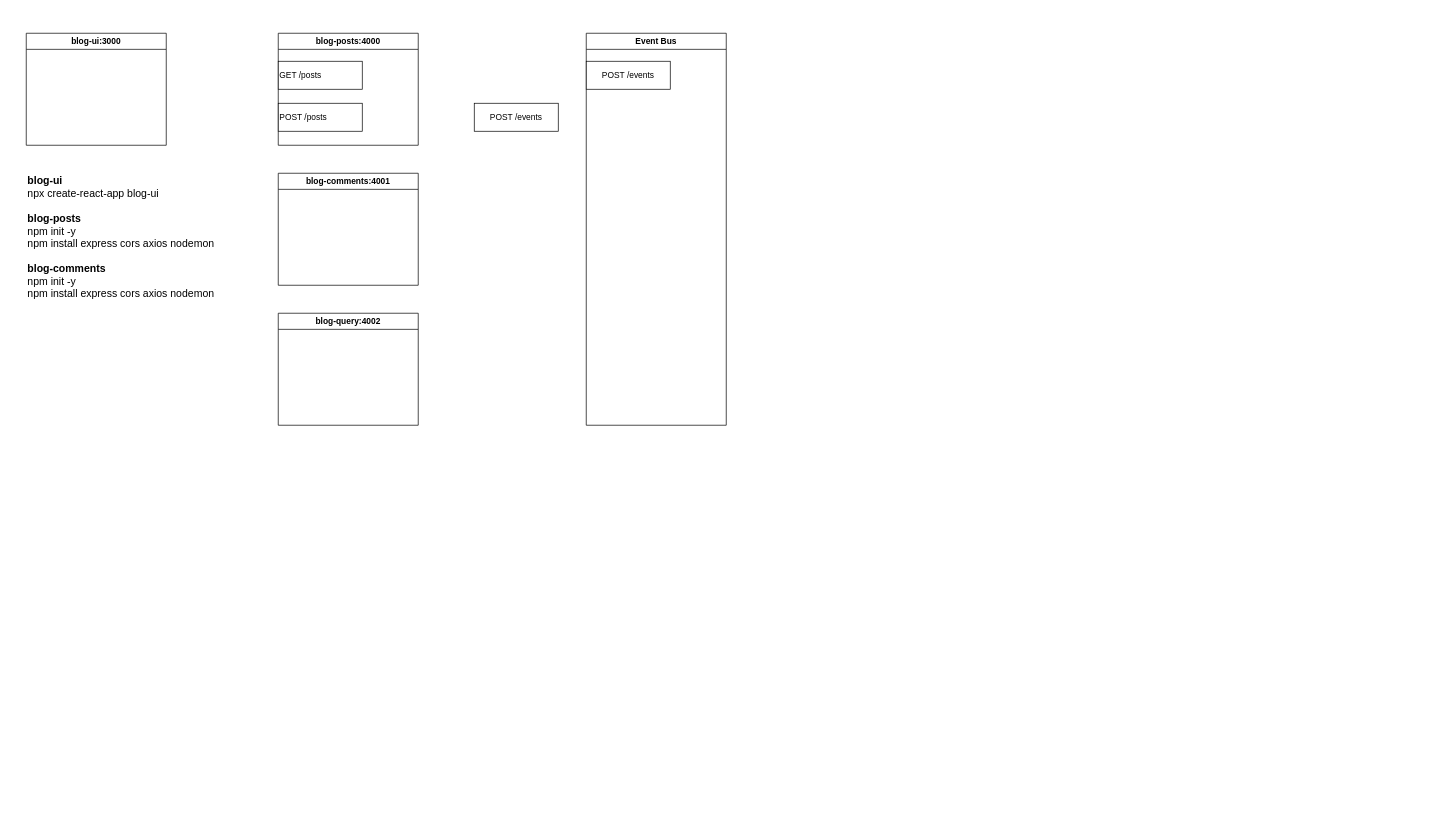
The draw.io diagram microservices.drawio in vidhirkaup/diagrams, before the edit. Source tidied: cells renumbered, new cells numbered last; positions are measured from the earlier drawing's top-left corner, leaving out a move shared by most shapes. Both pictures are drawn from the tidied source at 70%, with x=0, y=0 at pixel (26, 33).
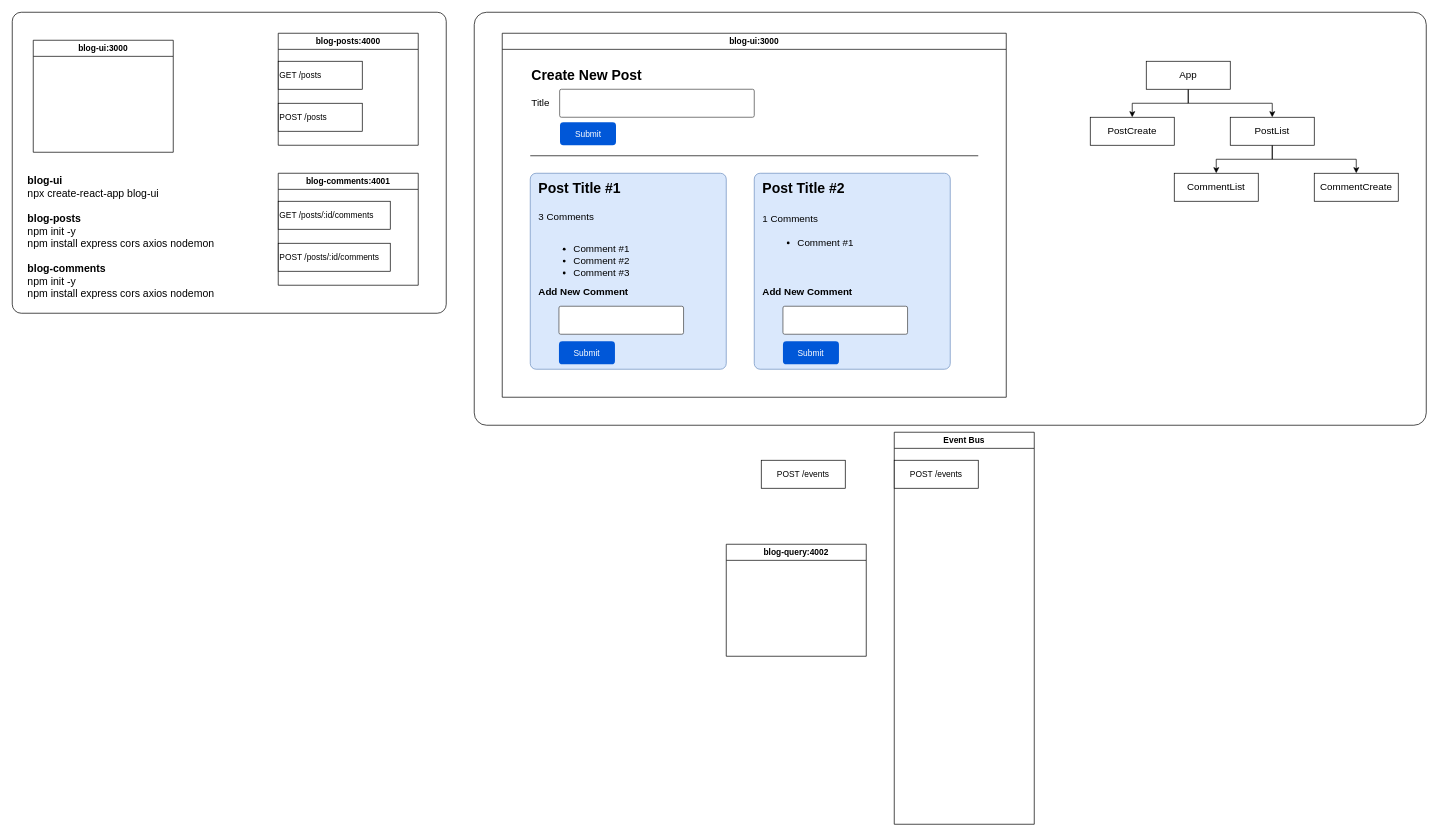
The same diagram, later.

Diff of the diagram source:
```diff
@@
+    <mxCell id="12" style="rounded=1;whiteSpace=wrap;html=1;arcSize=3;gradientColor=default;fillColor=none;" parent="1" vertex="1">
+      <mxGeometry x="-20" y="-30" width="620" height="430" as="geometry" />
+    </mxCell>
@@
     <mxCell id="6" value="blog-query:4002" style="swimlane;" parent="1" vertex="1">
-      <mxGeometry x="360" y="400" width="200" height="160" as="geometry" />
+      <mxGeometry x="1000" y="730" width="200" height="160" as="geometry" />
     </mxCell>
     <mxCell id="7" value="Event Bus" style="swimlane;" parent="1" vertex="1">
-      <mxGeometry x="800" width="200" height="560" as="geometry" />
+      <mxGeometry x="1240" y="570" width="200" height="560" as="geometry" />
     </mxCell>
@@
     <mxCell id="9" value="POST /events" style="rounded=0;whiteSpace=wrap;html=1;" parent="1" vertex="1">
-      <mxGeometry x="640" y="100" width="120" height="40" as="geometry" />
+      <mxGeometry x="1050" y="610" width="120" height="40" as="geometry" />
     </mxCell>
     <mxCell id="10" value="blog-ui:3000" style="swimlane;startSize=23;" parent="1" vertex="1">
-      <mxGeometry width="200" height="160" as="geometry" />
+      <mxGeometry x="680" width="720" height="520" as="geometry" />
     </mxCell>
@@
+    <mxCell id="13" value="GET /posts/:id/comments" style="rounded=0;whiteSpace=wrap;html=1;align=left;" parent="1" vertex="1">
+      <mxGeometry x="360" y="240" width="160" height="40" as="geometry" />
+    </mxCell>
+    <mxCell id="14" value="POST /posts/:id/comments" style="rounded=0;whiteSpace=wrap;html=1;align=left;" parent="1" vertex="1">
+      <mxGeometry x="360" y="300" width="160" height="40" as="geometry" />
+    </mxCell>
+    <mxCell id="15" value="blog-ui:3000" style="swimlane;startSize=23;" parent="1" vertex="1">
+      <mxGeometry x="10" y="10" width="200" height="160" as="geometry" />
+    </mxCell>
+    <mxCell id="16" value="Create New Post" style="text;html=1;strokeColor=none;fillColor=none;align=left;verticalAlign=middle;whiteSpace=wrap;rounded=0;fontStyle=1;fontSize=20;" parent="1" vertex="1">
+      <mxGeometry x="720" y="40" width="240" height="40" as="geometry" />
+    </mxCell>
+    <mxCell id="17" value="Title" style="text;html=1;strokeColor=none;fillColor=none;align=left;verticalAlign=middle;whiteSpace=wrap;rounded=0;fontSize=14;" parent="1" vertex="1">
+      <mxGeometry x="720" y="85" width="60" height="30" as="geometry" />
+    </mxCell>
+    <mxCell id="18" style="strokeWidth=1;html=1;shadow=0;dashed=0;shape=mxgraph.ios.iTextInput;strokeColor=#444444;buttonText=;fontSize=8;whiteSpace=wrap;align=left;" parent="1" vertex="1">
+      <mxGeometry x="762" y="80" width="278" height="40" as="geometry" />
+    </mxCell>
+    <mxCell id="19" value="Submit" style="rounded=1;fillColor=#0057D8;align=center;strokeColor=none;html=1;whiteSpace=wrap;fontColor=#ffffff;fontSize=12;sketch=0;" parent="1" vertex="1">
+      <mxGeometry x="762.5" y="127" width="80" height="33" as="geometry" />
+    </mxCell>
+    <mxCell id="20" style="line;strokeWidth=1;dashed=0;labelPosition=right;align=left;verticalAlign=middle;spacingTop=0;spacingLeft=6;" parent="1" vertex="1">
+      <mxGeometry x="720" y="170" width="640" height="10" as="geometry" />
+    </mxCell>
+    <mxCell id="21" style="group;" parent="1" vertex="1">
+      <mxGeometry x="1040" y="200" width="300" height="280" as="geometry" />
+    </mxCell>
+    <mxCell id="22" style="whiteSpace=wrap;html=1;labelBackgroundColor=#6666FF;noLabel=1;fillColor=#dae8fc;strokeColor=#6c8ebf;rounded=1;arcSize=3;" parent="21" vertex="1">
+      <mxGeometry width="280" height="280" as="geometry" />
+    </mxCell>
+    <mxCell id="23" value="Post Title #2" style="text;html=1;strokeColor=none;fillColor=none;align=left;verticalAlign=middle;whiteSpace=wrap;rounded=0;fontStyle=1;fontSize=20;" parent="21" vertex="1">
+      <mxGeometry x="10" width="210" height="40" as="geometry" />
+    </mxCell>
+    <mxCell id="24" value="1 Comments" style="text;html=1;strokeColor=none;fillColor=none;align=left;verticalAlign=middle;whiteSpace=wrap;rounded=0;fontSize=14;" parent="21" vertex="1">
+      <mxGeometry x="10" y="50" width="90" height="30" as="geometry" />
+    </mxCell>
+    <mxCell id="25" value="&lt;ul style=&quot;font-size: 14px;&quot;&gt;&lt;li style=&quot;font-size: 14px;&quot;&gt;Comment #1&lt;br&gt;&lt;/li&gt;&lt;/ul&gt;" style="text;strokeColor=none;fillColor=none;html=1;whiteSpace=wrap;verticalAlign=top;overflow=hidden;fontSize=14;" parent="21" vertex="1">
+      <mxGeometry x="20" y="70" width="280" height="80" as="geometry" />
+    </mxCell>
+    <mxCell id="26" value="Add New Comment" style="text;html=1;strokeColor=none;fillColor=none;align=left;verticalAlign=middle;whiteSpace=wrap;rounded=0;fontSize=14;fontStyle=1;" parent="21" vertex="1">
+      <mxGeometry x="10" y="155" width="160" height="30" as="geometry" />
+    </mxCell>
+    <mxCell id="27" style="strokeWidth=1;html=1;shadow=0;dashed=0;shape=mxgraph.ios.iTextInput;strokeColor=#444444;buttonText=;fontSize=8;whiteSpace=wrap;align=left;" parent="21" vertex="1">
+      <mxGeometry x="41" y="190" width="178" height="40" as="geometry" />
+    </mxCell>
+    <mxCell id="28" value="Submit" style="rounded=1;fillColor=#0057D8;align=center;strokeColor=none;html=1;whiteSpace=wrap;fontColor=#ffffff;fontSize=12;sketch=0;" parent="21" vertex="1">
+      <mxGeometry x="41" y="240" width="80" height="33" as="geometry" />
+    </mxCell>
+    <mxCell id="29" style="whiteSpace=wrap;html=1;labelBackgroundColor=#6666FF;noLabel=1;fillColor=#dae8fc;strokeColor=#6c8ebf;rounded=1;arcSize=3;" parent="1" vertex="1">
+      <mxGeometry x="720" y="200" width="280" height="280" as="geometry" />
+    </mxCell>
+    <mxCell id="30" value="Post Title #1" style="text;html=1;strokeColor=none;fillColor=none;align=left;verticalAlign=middle;whiteSpace=wrap;rounded=0;fontStyle=1;fontSize=20;" parent="1" vertex="1">
+      <mxGeometry x="730" y="200" width="210" height="40" as="geometry" />
+    </mxCell>
+    <mxCell id="31" value="3 Comments" style="text;html=1;strokeColor=none;fillColor=none;align=left;verticalAlign=middle;whiteSpace=wrap;rounded=0;fontSize=14;" parent="1" vertex="1">
+      <mxGeometry x="730" y="247" width="90" height="30" as="geometry" />
+    </mxCell>
+    <mxCell id="32" value="&lt;ul style=&quot;font-size: 14px;&quot;&gt;&lt;li style=&quot;font-size: 14px;&quot;&gt;Comment #1&lt;/li&gt;&lt;li style=&quot;font-size: 14px;&quot;&gt;Comment #2&lt;/li&gt;&lt;li style=&quot;font-size: 14px;&quot;&gt;Comment #3&lt;/li&gt;&lt;/ul&gt;" style="text;strokeColor=none;fillColor=none;html=1;whiteSpace=wrap;verticalAlign=top;overflow=hidden;fontSize=14;" parent="1" vertex="1">
+      <mxGeometry x="740" y="279" width="280" height="80" as="geometry" />
+    </mxCell>
+    <mxCell id="33" value="Add New Comment" style="text;html=1;strokeColor=none;fillColor=none;align=left;verticalAlign=middle;whiteSpace=wrap;rounded=0;fontSize=14;fontStyle=1;" parent="1" vertex="1">
+      <mxGeometry x="730" y="355" width="160" height="30" as="geometry" />
+    </mxCell>
+    <mxCell id="34" style="strokeWidth=1;html=1;shadow=0;dashed=0;shape=mxgraph.ios.iTextInput;strokeColor=#444444;buttonText=;fontSize=8;whiteSpace=wrap;align=left;" parent="1" vertex="1">
+      <mxGeometry x="761" y="390" width="178" height="40" as="geometry" />
+    </mxCell>
+    <mxCell id="35" value="Submit" style="rounded=1;fillColor=#0057D8;align=center;strokeColor=none;html=1;whiteSpace=wrap;fontColor=#ffffff;fontSize=12;sketch=0;" parent="1" vertex="1">
+      <mxGeometry x="761" y="440" width="80" height="33" as="geometry" />
+    </mxCell>
+    <mxCell id="36" style="edgeStyle=orthogonalEdgeStyle;rounded=0;jettySize=auto;html=1;entryX=0.5;entryY=0;entryDx=0;entryDy=0;fontSize=14;" parent="1" edge="1" source="38" target="39">
+      <mxGeometry relative="1" as="geometry" />
+    </mxCell>
+    <mxCell id="37" style="edgeStyle=orthogonalEdgeStyle;rounded=0;jettySize=auto;html=1;entryX=0.5;entryY=0;entryDx=0;entryDy=0;fontSize=14;" parent="1" edge="1" source="38" target="42">
+      <mxGeometry relative="1" as="geometry" />
+    </mxCell>
+    <mxCell id="38" value="App" style="rounded=0;whiteSpace=wrap;html=1;fontSize=14;" parent="1" vertex="1">
+      <mxGeometry x="1600" y="40" width="120" height="40" as="geometry" />
+    </mxCell>
+    <mxCell id="39" value="PostCreate" style="rounded=0;whiteSpace=wrap;html=1;fontSize=14;" parent="1" vertex="1">
+      <mxGeometry x="1520" y="120" width="120" height="40" as="geometry" />
+    </mxCell>
+    <mxCell id="40" style="edgeStyle=orthogonalEdgeStyle;rounded=0;jettySize=auto;html=1;entryX=0.5;entryY=0;entryDx=0;entryDy=0;" parent="1" edge="1" source="42" target="43">
+      <mxGeometry relative="1" as="geometry" />
+    </mxCell>
+    <mxCell id="41" style="edgeStyle=orthogonalEdgeStyle;rounded=0;jettySize=auto;html=1;entryX=0.5;entryY=0;entryDx=0;entryDy=0;" parent="1" edge="1" source="42" target="44">
+      <mxGeometry relative="1" as="geometry" />
+    </mxCell>
+    <mxCell id="42" value="PostList" style="rounded=0;whiteSpace=wrap;html=1;fontSize=14;" parent="1" vertex="1">
+      <mxGeometry x="1720" y="120" width="120" height="40" as="geometry" />
+    </mxCell>
+    <mxCell id="43" value="CommentList" style="rounded=0;whiteSpace=wrap;html=1;fontSize=14;" parent="1" vertex="1">
+      <mxGeometry x="1640" y="200" width="120" height="40" as="geometry" />
+    </mxCell>
+    <mxCell id="44" value="CommentCreate" style="rounded=0;whiteSpace=wrap;html=1;fontSize=14;" parent="1" vertex="1">
+      <mxGeometry x="1840" y="200" width="120" height="40" as="geometry" />
+    </mxCell>
+    <mxCell id="45" style="rounded=1;whiteSpace=wrap;html=1;arcSize=3;gradientColor=default;fillColor=none;" parent="1" vertex="1">
+      <mxGeometry x="640" y="-30" width="1360" height="590" as="geometry" />
+    </mxCell>
```
